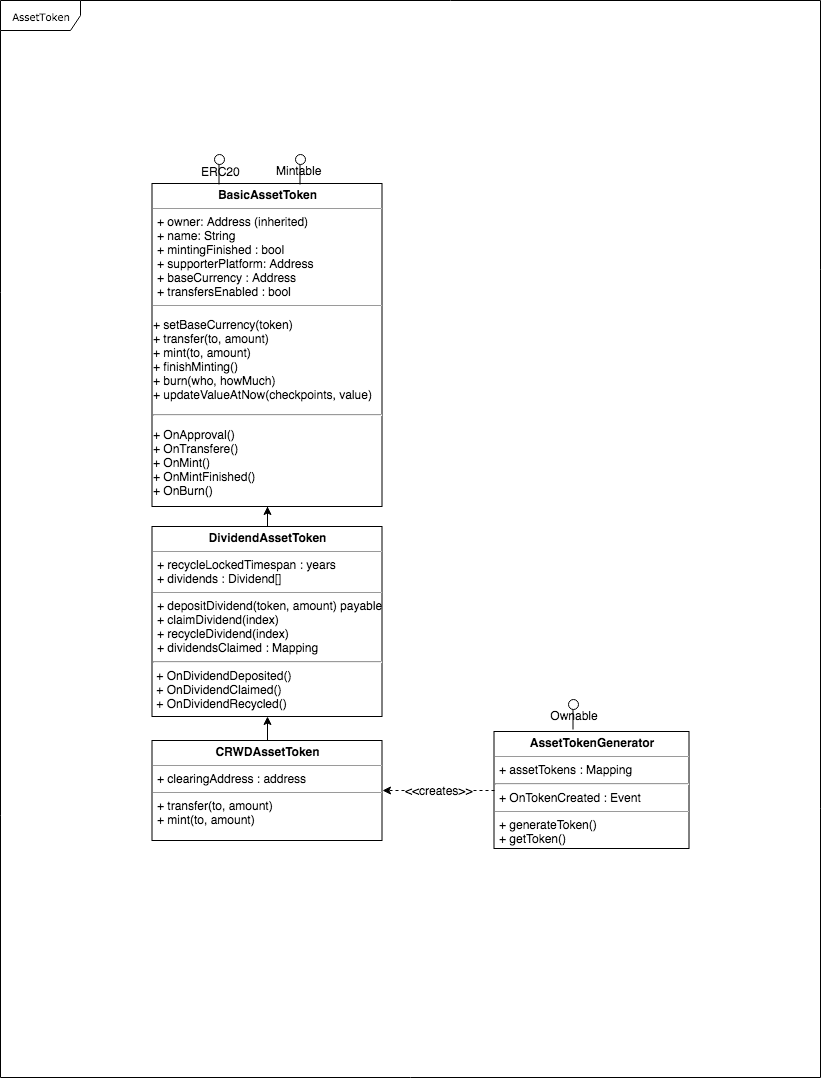
This is diagrams/AssetToken.png from conda-ag/conda-assettoken, a draw.io export, as it was before one commit. Source tidied: cells renumbered, new cells last; positions are measured from the earlier drawing's top-left corner, leaving out a move shared by most shapes. Source of this version:
```xml
<mxGraphModel background="#ffffff">
  <root>
    <mxCell id="0" />
    <mxCell id="1" parent="0" />
    <mxCell id="2" value="AssetToken" style="shape=umlFrame;whiteSpace=wrap;html=1;rounded=0;shadow=0;comic=0;labelBackgroundColor=none;strokeColor=#000000;strokeWidth=1;fillColor=#ffffff;fontFamily=Verdana;fontSize=10;fontColor=#000000;align=center;width=80;height=30;" parent="1" vertex="1">
      <mxGeometry width="820" height="1077" as="geometry" />
    </mxCell>
    <mxCell id="3" value="&lt;p style=&quot;margin: 0px ; margin-top: 4px ; text-align: center&quot;&gt;&lt;b&gt;AssetTokenGenerator&lt;/b&gt;&lt;/p&gt;&lt;hr size=&quot;1&quot;&gt;&lt;p style=&quot;margin: 0px ; margin-left: 4px&quot;&gt;+ assetTokens : Mapping&lt;/p&gt;&lt;hr&gt;&lt;p style=&quot;margin: 0px ; margin-left: 4px&quot;&gt;+ OnTokenCreated : Event&lt;/p&gt;&lt;hr size=&quot;1&quot;&gt;&lt;p style=&quot;margin: 0px ; margin-left: 4px&quot;&gt;+&amp;nbsp;&lt;span&gt;generateToken()&lt;/span&gt;&lt;/p&gt;&lt;p style=&quot;margin: 0px ; margin-left: 4px&quot;&gt;&lt;span&gt;+ getToken()&lt;/span&gt;&lt;/p&gt;" style="verticalAlign=top;align=left;overflow=fill;fontSize=12;fontFamily=Helvetica;html=1;rounded=0;shadow=0;comic=0;labelBackgroundColor=none;strokeColor=#000000;strokeWidth=1;fillColor=#ffffff;" parent="1" vertex="1">
      <mxGeometry x="493.5" y="731" width="195" height="117" as="geometry" />
    </mxCell>
    <mxCell id="4" value="&lt;p style=&quot;margin: 0px ; margin-top: 4px ; text-align: center&quot;&gt;&lt;b&gt;BasicAssetToken&lt;/b&gt;&lt;/p&gt;&lt;hr size=&quot;1&quot;&gt;&lt;p style=&quot;margin: 0px ; margin-left: 4px&quot;&gt;+ owner: Address (inherited)&lt;br&gt;&lt;/p&gt;&lt;p style=&quot;margin: 0px ; margin-left: 4px&quot;&gt;+&amp;nbsp;&lt;span&gt;name: String&lt;/span&gt;&lt;/p&gt;&lt;p style=&quot;margin: 0px ; margin-left: 4px&quot;&gt;&lt;span&gt;+&amp;nbsp;&lt;/span&gt;&lt;span&gt;mintingFinished : bool&lt;/span&gt;&lt;/p&gt;&lt;p style=&quot;margin: 0px ; margin-left: 4px&quot;&gt;&lt;span&gt;+&amp;nbsp;&lt;/span&gt;&lt;span&gt;supporterPlatform: Address&lt;/span&gt;&lt;/p&gt;&lt;p style=&quot;margin: 0px ; margin-left: 4px&quot;&gt;&lt;span&gt;+&amp;nbsp;&lt;/span&gt;&lt;span&gt;baseCurrency : Address&lt;/span&gt;&lt;/p&gt;&lt;p style=&quot;margin: 0px ; margin-left: 4px&quot;&gt;&lt;span&gt;+&amp;nbsp;&lt;/span&gt;&lt;span&gt;transfersEnabled : bool&lt;/span&gt;&lt;/p&gt;&lt;hr size=&quot;1&quot;&gt;&lt;p&gt;+&amp;nbsp;&lt;span&gt;setBaseCurrency(token)&lt;br&gt;+ transfer(to, amount)&lt;br&gt;+ mint(to, amount)&lt;br&gt;+&amp;nbsp;&lt;/span&gt;&lt;span&gt;finishMinting()&lt;br&gt;+ burn(who, howMuch)&lt;br&gt;+&amp;nbsp;&lt;/span&gt;&lt;span&gt;updateValueAtNow&lt;/span&gt;&lt;span&gt;(&lt;/span&gt;&lt;span&gt;checkpoints, v&lt;/span&gt;&lt;span&gt;alue)&lt;/span&gt;&lt;/p&gt;&lt;hr&gt;&lt;p&gt;&lt;span&gt;+ On&lt;/span&gt;&lt;span&gt;Approval&lt;/span&gt;&lt;span&gt;()&lt;br&gt;&lt;/span&gt;&lt;span&gt;+ OnTransfere&lt;/span&gt;&lt;span&gt;()&lt;br&gt;&lt;/span&gt;&lt;span&gt;+ OnMint()&lt;br&gt;&lt;/span&gt;&lt;span&gt;+ OnMintFinished()&lt;br&gt;&lt;/span&gt;&lt;span&gt;+ OnBurn()&lt;/span&gt;&lt;/p&gt;" style="verticalAlign=top;align=left;overflow=fill;fontSize=12;fontFamily=Helvetica;html=1;rounded=0;shadow=0;comic=0;labelBackgroundColor=none;strokeColor=#000000;strokeWidth=1;fillColor=#ffffff;" parent="1" vertex="1">
      <mxGeometry x="151.5" y="183" width="230" height="323" as="geometry" />
    </mxCell>
    <mxCell id="5" value="&amp;lt;&amp;lt;creates&amp;gt;&amp;gt;" style="endArrow=classic;html=1;fontSize=12;dashed=1;entryX=1;entryY=0.5;exitX=0;exitY=0.5;" parent="1" edge="1" source="3" target="15">
      <mxGeometry relative="1" as="geometry" />
    </mxCell>
    <mxCell id="6" style="shape=lollipop;direction=south;html=1;fontSize=12;rotation=-90;" parent="1" vertex="1">
      <mxGeometry x="203.5" y="164" width="30" height="10" as="geometry" />
    </mxCell>
    <mxCell id="7" value="ERC20" style="text;html=1;fontSize=12;" parent="1" vertex="1">
      <mxGeometry x="198.5" y="158" width="65" height="30" as="geometry" />
    </mxCell>
    <mxCell id="8" style="shape=lollipop;direction=south;html=1;fontSize=12;rotation=-90;" parent="1" vertex="1">
      <mxGeometry x="284.5" y="164" width="30" height="10" as="geometry" />
    </mxCell>
    <mxCell id="9" value="Mintable" style="text;html=1;fontSize=12;" parent="1" vertex="1">
      <mxGeometry x="273.5" y="157" width="65" height="30" as="geometry" />
    </mxCell>
    <mxCell id="10" style="shape=lollipop;direction=south;html=1;fontSize=12;rotation=-90;" parent="1" vertex="1">
      <mxGeometry x="557.5" y="709" width="30" height="10" as="geometry" />
    </mxCell>
    <mxCell id="11" value="Ownable" style="text;html=1;strokeColor=none;fillColor=none;align=center;verticalAlign=middle;whiteSpace=wrap;rounded=0;fontSize=12;" parent="1" vertex="1">
      <mxGeometry x="553.5" y="705" width="40" height="20" as="geometry" />
    </mxCell>
    <mxCell id="12" style="edgeStyle=orthogonalEdgeStyle;rounded=0;html=1;exitX=0.5;exitY=0;startArrow=none;startFill=0;endArrow=classic;endFill=1;jettySize=auto;fontSize=12;" parent="1" edge="1" source="13" target="4">
      <mxGeometry relative="1" as="geometry" />
    </mxCell>
    <mxCell id="13" value="&lt;p style=&quot;margin: 0px ; margin-top: 4px ; text-align: center&quot;&gt;&lt;b&gt;DividendAssetToken&lt;/b&gt;&lt;/p&gt;&lt;hr size=&quot;1&quot;&gt;&lt;p style=&quot;margin: 0px ; margin-left: 4px&quot;&gt;+ recycleLockedTimespan : years&lt;br&gt;+&amp;nbsp;&lt;span&gt;dividends : Dividend[]&lt;/span&gt;&lt;/p&gt;&lt;hr size=&quot;1&quot;&gt;&lt;p style=&quot;margin: 0px ; margin-left: 4px&quot;&gt;+&amp;nbsp;&lt;span&gt;depositDividend&lt;/span&gt;&lt;span&gt;(token, amount)&amp;nbsp;&lt;/span&gt;&lt;span&gt;payable&lt;/span&gt;&lt;/p&gt;&lt;p style=&quot;margin: 0px ; margin-left: 4px&quot;&gt;&lt;span&gt;+&amp;nbsp;&lt;/span&gt;&lt;span&gt;claimDividend(index)&lt;/span&gt;&lt;/p&gt;&lt;p style=&quot;margin: 0px ; margin-left: 4px&quot;&gt;&lt;span&gt;+ recycleDividend(index)&lt;/span&gt;&lt;/p&gt;&lt;p style=&quot;margin: 0px ; margin-left: 4px&quot;&gt;&lt;span&gt;+&amp;nbsp;&lt;/span&gt;&lt;span&gt;dividendsClaimed : Mapping&lt;/span&gt;&lt;/p&gt;&lt;hr&gt;&amp;nbsp;+ On&lt;span&gt;DividendDeposited()&lt;br&gt;&amp;nbsp;+ On&lt;/span&gt;&lt;span&gt;DividendClaimed()&lt;br&gt;&amp;nbsp;+ On&lt;/span&gt;&lt;span&gt;DividendRecycled()&lt;/span&gt;" style="verticalAlign=top;align=left;overflow=fill;fontSize=12;fontFamily=Helvetica;html=1;rounded=0;shadow=0;comic=0;labelBackgroundColor=none;strokeColor=#000000;strokeWidth=1;fillColor=#ffffff;" parent="1" vertex="1">
      <mxGeometry x="151.5" y="526" width="230" height="190" as="geometry" />
    </mxCell>
    <mxCell id="14" style="edgeStyle=orthogonalEdgeStyle;rounded=0;html=1;exitX=0.5;exitY=0;entryX=0.5;entryY=1;startArrow=none;startFill=0;endArrow=classic;endFill=1;jettySize=auto;fontSize=12;" parent="1" edge="1" source="15" target="13">
      <mxGeometry relative="1" as="geometry" />
    </mxCell>
    <mxCell id="15" value="&lt;p style=&quot;margin: 0px ; margin-top: 4px ; text-align: center&quot;&gt;&lt;b&gt;CRWDAssetToken&lt;/b&gt;&lt;/p&gt;&lt;hr size=&quot;1&quot;&gt;&lt;p style=&quot;margin: 0px ; margin-left: 4px&quot;&gt;+ clearingAddress : address&lt;br&gt;&lt;/p&gt;&lt;hr size=&quot;1&quot;&gt;&lt;p style=&quot;margin: 0px ; margin-left: 4px&quot;&gt;+&amp;nbsp;&lt;span&gt;transfer(to, amount)&lt;/span&gt;&lt;/p&gt;&lt;p style=&quot;margin: 0px ; margin-left: 4px&quot;&gt;&lt;span&gt;+&amp;nbsp;&lt;/span&gt;&lt;span&gt;mint(to, amount)&lt;/span&gt;&lt;/p&gt;" style="verticalAlign=top;align=left;overflow=fill;fontSize=12;fontFamily=Helvetica;html=1;rounded=0;shadow=0;comic=0;labelBackgroundColor=none;strokeColor=#000000;strokeWidth=1;fillColor=#ffffff;" parent="1" vertex="1">
      <mxGeometry x="151.5" y="740" width="230" height="100" as="geometry" />
    </mxCell>
  </root>
</mxGraphModel>
```
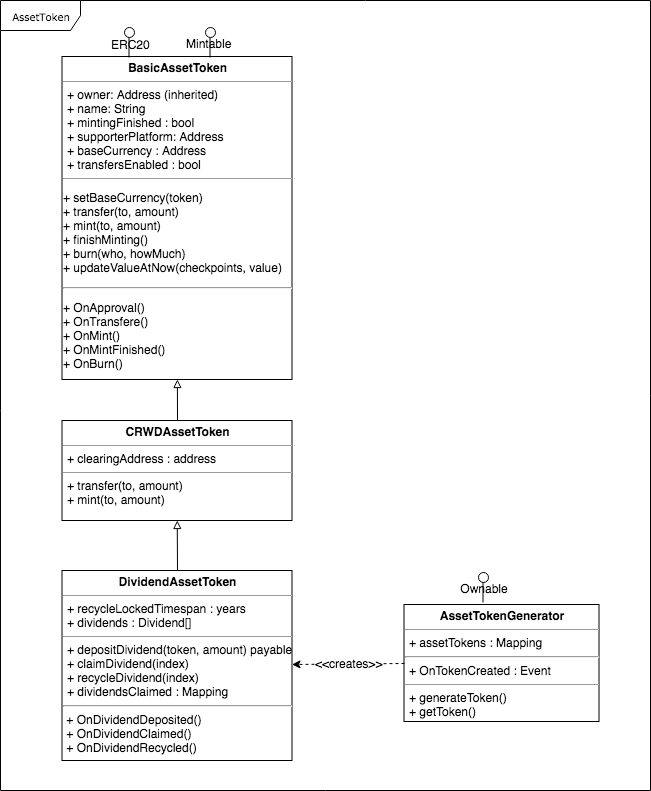
The same file after the commit.

Diff of the diagram source:
```diff
@@ -3,7 +3,7 @@
     <mxCell id="0" />
     <mxCell id="1" parent="0" />
     <mxCell id="2" value="AssetToken" style="shape=umlFrame;whiteSpace=wrap;html=1;rounded=0;shadow=0;comic=0;labelBackgroundColor=none;strokeColor=#000000;strokeWidth=1;fillColor=#ffffff;fontFamily=Verdana;fontSize=10;fontColor=#000000;align=center;width=80;height=30;" parent="1" vertex="1">
-      <mxGeometry width="820" height="1077" as="geometry" />
+      <mxGeometry x="90" y="127" width="650" height="790" as="geometry" />
     </mxCell>
     <mxCell id="3" value="&lt;p style=&quot;margin: 0px ; margin-top: 4px ; text-align: center&quot;&gt;&lt;b&gt;AssetTokenGenerator&lt;/b&gt;&lt;/p&gt;&lt;hr size=&quot;1&quot;&gt;&lt;p style=&quot;margin: 0px ; margin-left: 4px&quot;&gt;+ assetTokens : Mapping&lt;/p&gt;&lt;hr&gt;&lt;p style=&quot;margin: 0px ; margin-left: 4px&quot;&gt;+ OnTokenCreated : Event&lt;/p&gt;&lt;hr size=&quot;1&quot;&gt;&lt;p style=&quot;margin: 0px ; margin-left: 4px&quot;&gt;+&amp;nbsp;&lt;span&gt;generateToken()&lt;/span&gt;&lt;/p&gt;&lt;p style=&quot;margin: 0px ; margin-left: 4px&quot;&gt;&lt;span&gt;+ getToken()&lt;/span&gt;&lt;/p&gt;" style="verticalAlign=top;align=left;overflow=fill;fontSize=12;fontFamily=Helvetica;html=1;rounded=0;shadow=0;comic=0;labelBackgroundColor=none;strokeColor=#000000;strokeWidth=1;fillColor=#ffffff;" parent="1" vertex="1">
       <mxGeometry x="493.5" y="731" width="195" height="117" as="geometry" />
@@ -11,7 +11,7 @@
     <mxCell id="4" value="&lt;p style=&quot;margin: 0px ; margin-top: 4px ; text-align: center&quot;&gt;&lt;b&gt;BasicAssetToken&lt;/b&gt;&lt;/p&gt;&lt;hr size=&quot;1&quot;&gt;&lt;p style=&quot;margin: 0px ; margin-left: 4px&quot;&gt;+ owner: Address (inherited)&lt;br&gt;&lt;/p&gt;&lt;p style=&quot;margin: 0px ; margin-left: 4px&quot;&gt;+&amp;nbsp;&lt;span&gt;name: String&lt;/span&gt;&lt;/p&gt;&lt;p style=&quot;margin: 0px ; margin-left: 4px&quot;&gt;&lt;span&gt;+&amp;nbsp;&lt;/span&gt;&lt;span&gt;mintingFinished : bool&lt;/span&gt;&lt;/p&gt;&lt;p style=&quot;margin: 0px ; margin-left: 4px&quot;&gt;&lt;span&gt;+&amp;nbsp;&lt;/span&gt;&lt;span&gt;supporterPlatform: Address&lt;/span&gt;&lt;/p&gt;&lt;p style=&quot;margin: 0px ; margin-left: 4px&quot;&gt;&lt;span&gt;+&amp;nbsp;&lt;/span&gt;&lt;span&gt;baseCurrency : Address&lt;/span&gt;&lt;/p&gt;&lt;p style=&quot;margin: 0px ; margin-left: 4px&quot;&gt;&lt;span&gt;+&amp;nbsp;&lt;/span&gt;&lt;span&gt;transfersEnabled : bool&lt;/span&gt;&lt;/p&gt;&lt;hr size=&quot;1&quot;&gt;&lt;p&gt;+&amp;nbsp;&lt;span&gt;setBaseCurrency(token)&lt;br&gt;+ transfer(to, amount)&lt;br&gt;+ mint(to, amount)&lt;br&gt;+&amp;nbsp;&lt;/span&gt;&lt;span&gt;finishMinting()&lt;br&gt;+ burn(who, howMuch)&lt;br&gt;+&amp;nbsp;&lt;/span&gt;&lt;span&gt;updateValueAtNow&lt;/span&gt;&lt;span&gt;(&lt;/span&gt;&lt;span&gt;checkpoints, v&lt;/span&gt;&lt;span&gt;alue)&lt;/span&gt;&lt;/p&gt;&lt;hr&gt;&lt;p&gt;&lt;span&gt;+ On&lt;/span&gt;&lt;span&gt;Approval&lt;/span&gt;&lt;span&gt;()&lt;br&gt;&lt;/span&gt;&lt;span&gt;+ OnTransfere&lt;/span&gt;&lt;span&gt;()&lt;br&gt;&lt;/span&gt;&lt;span&gt;+ OnMint()&lt;br&gt;&lt;/span&gt;&lt;span&gt;+ OnMintFinished()&lt;br&gt;&lt;/span&gt;&lt;span&gt;+ OnBurn()&lt;/span&gt;&lt;/p&gt;" style="verticalAlign=top;align=left;overflow=fill;fontSize=12;fontFamily=Helvetica;html=1;rounded=0;shadow=0;comic=0;labelBackgroundColor=none;strokeColor=#000000;strokeWidth=1;fillColor=#ffffff;" parent="1" vertex="1">
       <mxGeometry x="151.5" y="183" width="230" height="323" as="geometry" />
     </mxCell>
-    <mxCell id="5" value="&amp;lt;&amp;lt;creates&amp;gt;&amp;gt;" style="endArrow=classic;html=1;fontSize=12;dashed=1;entryX=1;entryY=0.5;exitX=0;exitY=0.5;" parent="1" edge="1" source="3" target="15">
+    <mxCell id="5" value="&amp;lt;&amp;lt;creates&amp;gt;&amp;gt;" style="endArrow=classic;html=1;fontSize=12;dashed=1;exitX=0;exitY=0.5;" parent="1" edge="1" source="3" target="13">
       <mxGeometry relative="1" as="geometry" />
     </mxCell>
     <mxCell id="6" style="shape=lollipop;direction=south;html=1;fontSize=12;rotation=-90;" parent="1" vertex="1">
@@ -32,17 +32,17 @@
     <mxCell id="11" value="Ownable" style="text;html=1;strokeColor=none;fillColor=none;align=center;verticalAlign=middle;whiteSpace=wrap;rounded=0;fontSize=12;" parent="1" vertex="1">
       <mxGeometry x="553.5" y="705" width="40" height="20" as="geometry" />
     </mxCell>
-    <mxCell id="12" style="edgeStyle=orthogonalEdgeStyle;rounded=0;html=1;exitX=0.5;exitY=0;startArrow=none;startFill=0;endArrow=classic;endFill=1;jettySize=auto;fontSize=12;" parent="1" edge="1" source="13" target="4">
-      <mxGeometry relative="1" as="geometry" />
-    </mxCell>
+    <mxCell id="16" style="edgeStyle=none;rounded=0;html=1;exitX=0.5;exitY=0;startArrow=none;startFill=0;endArrow=block;endFill=0;jettySize=auto;strokeColor=#000000;fontSize=11;" parent="1" edge="1" source="13" target="15">
+      <mxGeometry relative="1" as="geometry" />
+    </mxCell>
     <mxCell id="13" value="&lt;p style=&quot;margin: 0px ; margin-top: 4px ; text-align: center&quot;&gt;&lt;b&gt;DividendAssetToken&lt;/b&gt;&lt;/p&gt;&lt;hr size=&quot;1&quot;&gt;&lt;p style=&quot;margin: 0px ; margin-left: 4px&quot;&gt;+ recycleLockedTimespan : years&lt;br&gt;+&amp;nbsp;&lt;span&gt;dividends : Dividend[]&lt;/span&gt;&lt;/p&gt;&lt;hr size=&quot;1&quot;&gt;&lt;p style=&quot;margin: 0px ; margin-left: 4px&quot;&gt;+&amp;nbsp;&lt;span&gt;depositDividend&lt;/span&gt;&lt;span&gt;(token, amount)&amp;nbsp;&lt;/span&gt;&lt;span&gt;payable&lt;/span&gt;&lt;/p&gt;&lt;p style=&quot;margin: 0px ; margin-left: 4px&quot;&gt;&lt;span&gt;+&amp;nbsp;&lt;/span&gt;&lt;span&gt;claimDividend(index)&lt;/span&gt;&lt;/p&gt;&lt;p style=&quot;margin: 0px ; margin-left: 4px&quot;&gt;&lt;span&gt;+ recycleDividend(index)&lt;/span&gt;&lt;/p&gt;&lt;p style=&quot;margin: 0px ; margin-left: 4px&quot;&gt;&lt;span&gt;+&amp;nbsp;&lt;/span&gt;&lt;span&gt;dividendsClaimed : Mapping&lt;/span&gt;&lt;/p&gt;&lt;hr&gt;&amp;nbsp;+ On&lt;span&gt;DividendDeposited()&lt;br&gt;&amp;nbsp;+ On&lt;/span&gt;&lt;span&gt;DividendClaimed()&lt;br&gt;&amp;nbsp;+ On&lt;/span&gt;&lt;span&gt;DividendRecycled()&lt;/span&gt;" style="verticalAlign=top;align=left;overflow=fill;fontSize=12;fontFamily=Helvetica;html=1;rounded=0;shadow=0;comic=0;labelBackgroundColor=none;strokeColor=#000000;strokeWidth=1;fillColor=#ffffff;" parent="1" vertex="1">
-      <mxGeometry x="151.5" y="526" width="230" height="190" as="geometry" />
+      <mxGeometry x="151.5" y="697" width="230" height="190" as="geometry" />
     </mxCell>
-    <mxCell id="14" style="edgeStyle=orthogonalEdgeStyle;rounded=0;html=1;exitX=0.5;exitY=0;entryX=0.5;entryY=1;startArrow=none;startFill=0;endArrow=classic;endFill=1;jettySize=auto;fontSize=12;" parent="1" edge="1" source="15" target="13">
+    <mxCell id="14" style="edgeStyle=none;rounded=0;html=1;exitX=0.5;exitY=0;startArrow=none;startFill=0;endArrow=block;endFill=0;jettySize=auto;strokeColor=#000000;fontSize=11;" parent="1" edge="1" source="15" target="4">
       <mxGeometry relative="1" as="geometry" />
     </mxCell>
     <mxCell id="15" value="&lt;p style=&quot;margin: 0px ; margin-top: 4px ; text-align: center&quot;&gt;&lt;b&gt;CRWDAssetToken&lt;/b&gt;&lt;/p&gt;&lt;hr size=&quot;1&quot;&gt;&lt;p style=&quot;margin: 0px ; margin-left: 4px&quot;&gt;+ clearingAddress : address&lt;br&gt;&lt;/p&gt;&lt;hr size=&quot;1&quot;&gt;&lt;p style=&quot;margin: 0px ; margin-left: 4px&quot;&gt;+&amp;nbsp;&lt;span&gt;transfer(to, amount)&lt;/span&gt;&lt;/p&gt;&lt;p style=&quot;margin: 0px ; margin-left: 4px&quot;&gt;&lt;span&gt;+&amp;nbsp;&lt;/span&gt;&lt;span&gt;mint(to, amount)&lt;/span&gt;&lt;/p&gt;" style="verticalAlign=top;align=left;overflow=fill;fontSize=12;fontFamily=Helvetica;html=1;rounded=0;shadow=0;comic=0;labelBackgroundColor=none;strokeColor=#000000;strokeWidth=1;fillColor=#ffffff;" parent="1" vertex="1">
-      <mxGeometry x="151.5" y="740" width="230" height="100" as="geometry" />
+      <mxGeometry x="151.5" y="547" width="230" height="100" as="geometry" />
     </mxCell>
   </root>
 </mxGraphModel>
```
